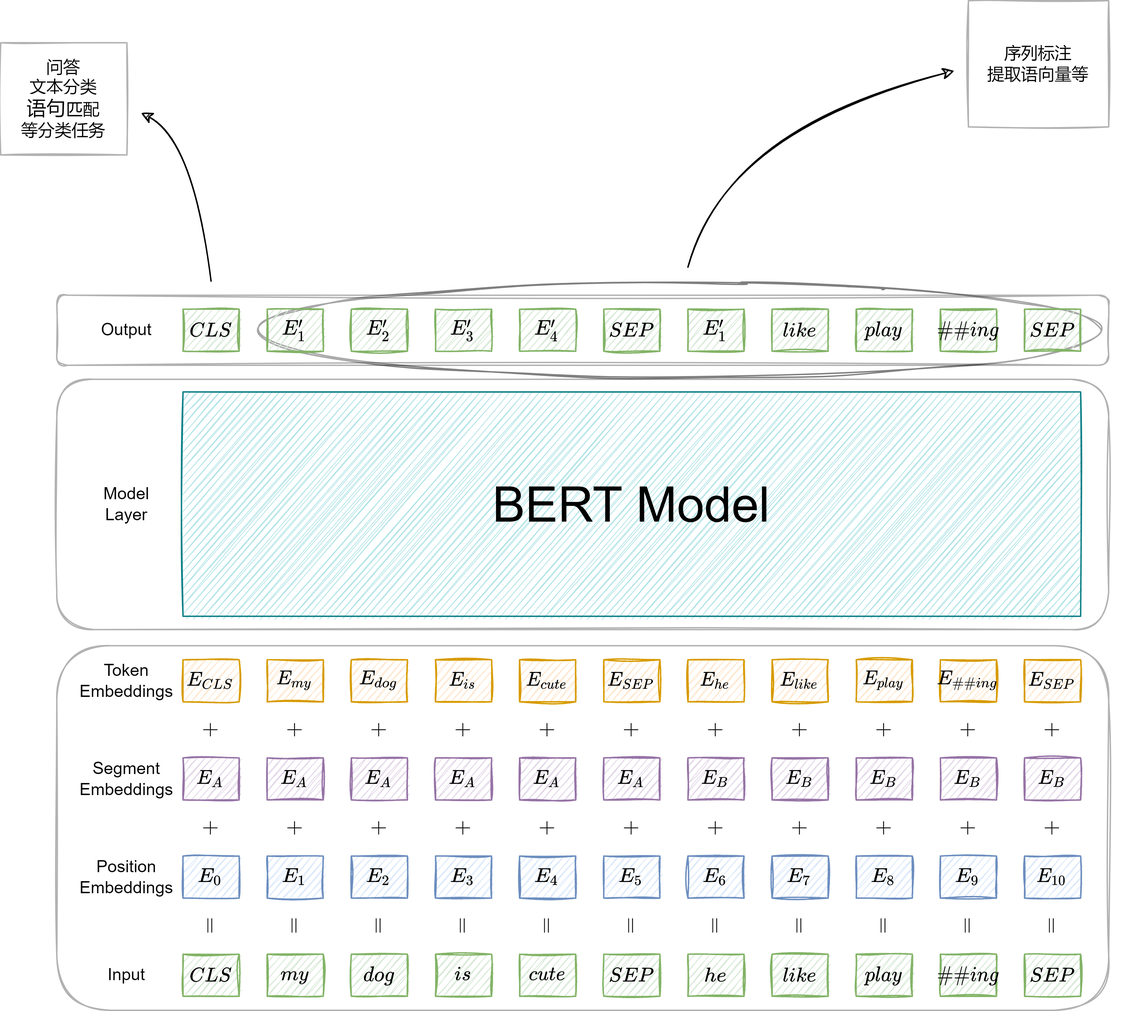
This is imgs/nlp-bert-2.png from hxca/imgrepo, a draw.io export, as it was before one commit. Source tidied: cells renumbered, new cells last; positions are measured from the earlier drawing's top-left corner, leaving out a move shared by most shapes.
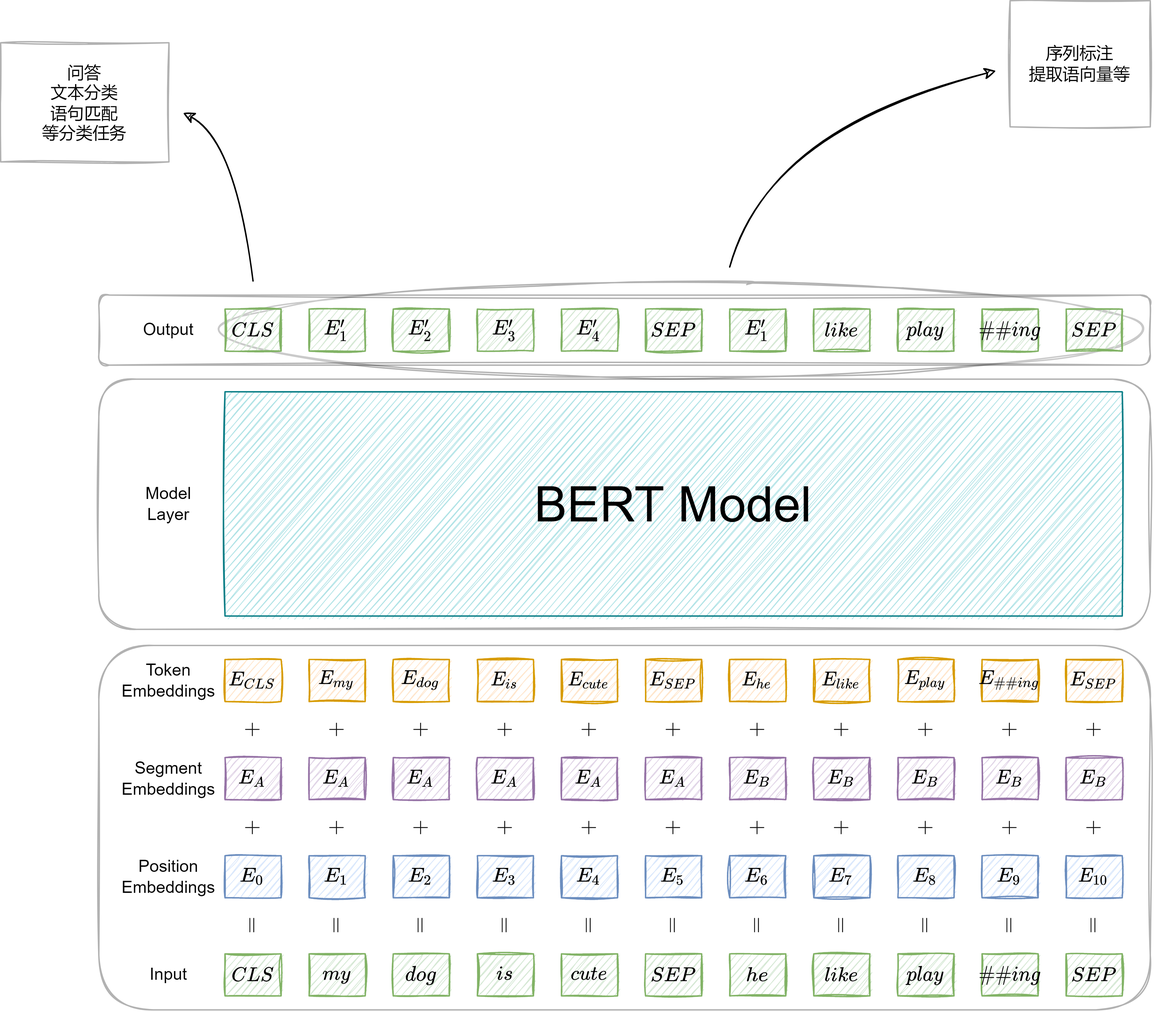
After the change.

Change to the diagram source:
```diff
@@ -2,8 +2,8 @@
   <root>
     <mxCell id="0" />
     <mxCell id="1" parent="0" />
-    <mxCell id="2" style="ellipse;whiteSpace=wrap;html=1;opacity=50;sketch=1;" parent="1" vertex="1">
-      <mxGeometry x="169" y="200" width="630" height="70" as="geometry" />
+    <mxCell id="2" style="ellipse;whiteSpace=wrap;html=1;opacity=30;sketch=1;" parent="1" vertex="1">
+      <mxGeometry x="110" y="200" width="690" height="70" as="geometry" />
     </mxCell>
     <mxCell id="3" style="rounded=1;whiteSpace=wrap;html=1;fontSize=35;opacity=30;comic=0;sketch=1;" parent="1" vertex="1">
       <mxGeometry x="40" y="210" width="750" height="50" as="geometry" />
@@ -308,9 +308,6 @@
         </Array>
       </mxGeometry>
     </mxCell>
-    <mxCell id="102" value="问答&lt;br&gt;文本分类&lt;br&gt;&lt;span style=&quot;font-family: &amp;quot;PingFang SC&amp;quot;, &amp;quot;Microsoft YaHei&amp;quot;, &amp;quot;Helvetica Neue&amp;quot;, Helvetica, Arial, sans-serif; font-size: 14px; text-align: left; background-color: rgb(255, 255, 255);&quot;&gt;语句&lt;/span&gt;匹配&lt;br&gt;等分类任务" style="rounded=0;whiteSpace=wrap;html=1;opacity=30;sketch=1;" parent="1" vertex="1">
-      <mxGeometry y="30" width="90" height="80" as="geometry" />
-    </mxCell>
     <mxCell id="103" style="curved=1;endArrow=classic;html=1;rounded=0;fontSize=35;sketch=1;" parent="1" edge="1">
       <mxGeometry relative="1" as="geometry">
         <mxPoint x="490" y="190" as="sourcePoint" />
@@ -323,5 +320,8 @@
     <mxCell id="104" value="序列标注&lt;br&gt;提取语向量等" style="rounded=0;whiteSpace=wrap;html=1;opacity=30;sketch=1;" parent="1" vertex="1">
       <mxGeometry x="690" width="100" height="90" as="geometry" />
     </mxCell>
+    <mxCell id="105" value="问答&lt;br&gt;文本分类&lt;br&gt;语句匹配&lt;br&gt;等分类任务" style="rounded=0;whiteSpace=wrap;html=1;sketch=1;opacity=30;" parent="1" vertex="1">
+      <mxGeometry x="-30" y="30" width="120" height="85" as="geometry" />
+    </mxCell>
   </root>
 </mxGraphModel>
```
